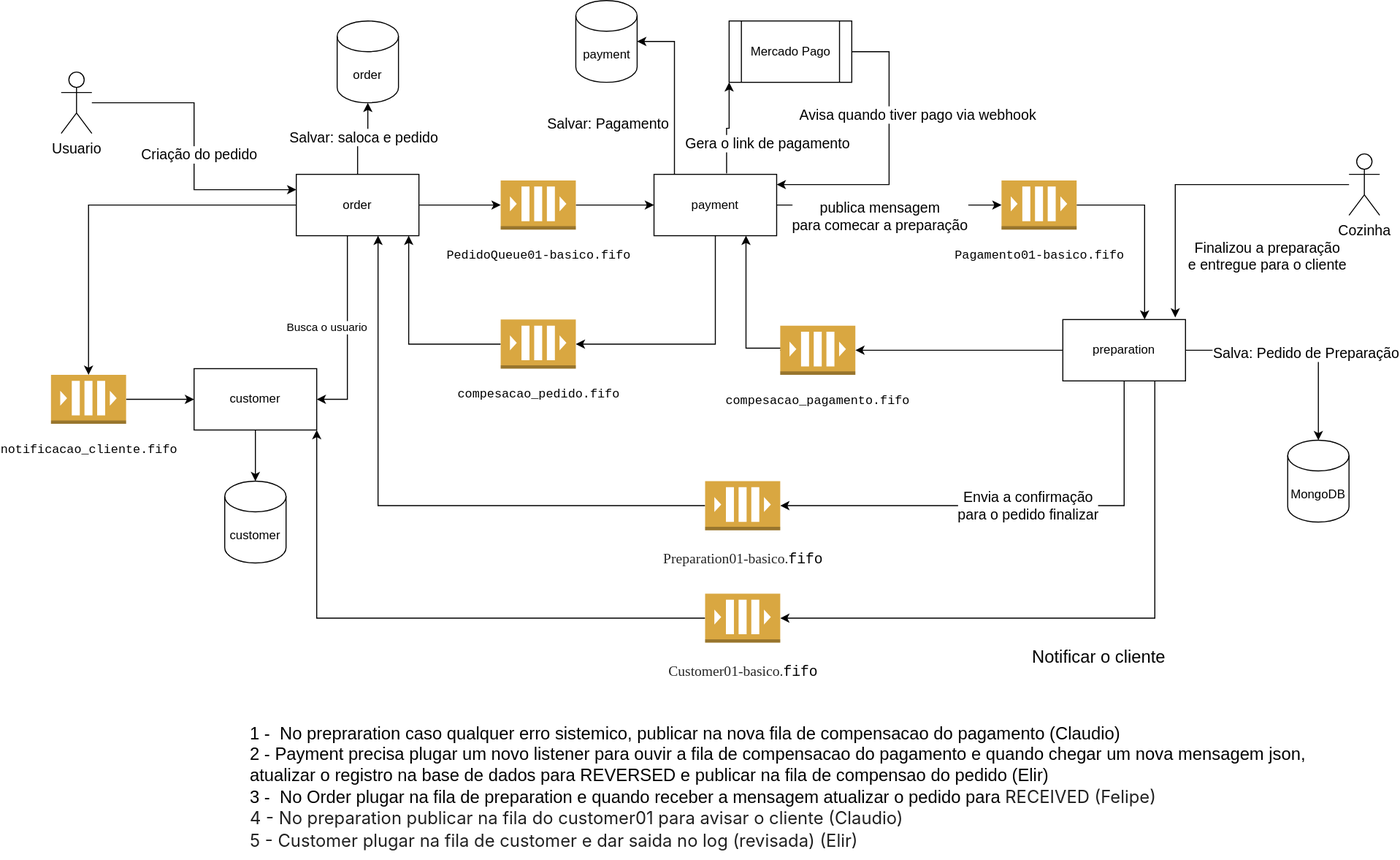
FIAP-SOAT2-2023/tech-challenge-fast-food-system-payment keeps this draw.io diagram as servicos_filas.svg. Above is the earlier version. Source tidied: cells renumbered, new cells last; positions are measured from the earlier drawing's top-left corner, leaving out a move shared by most shapes.
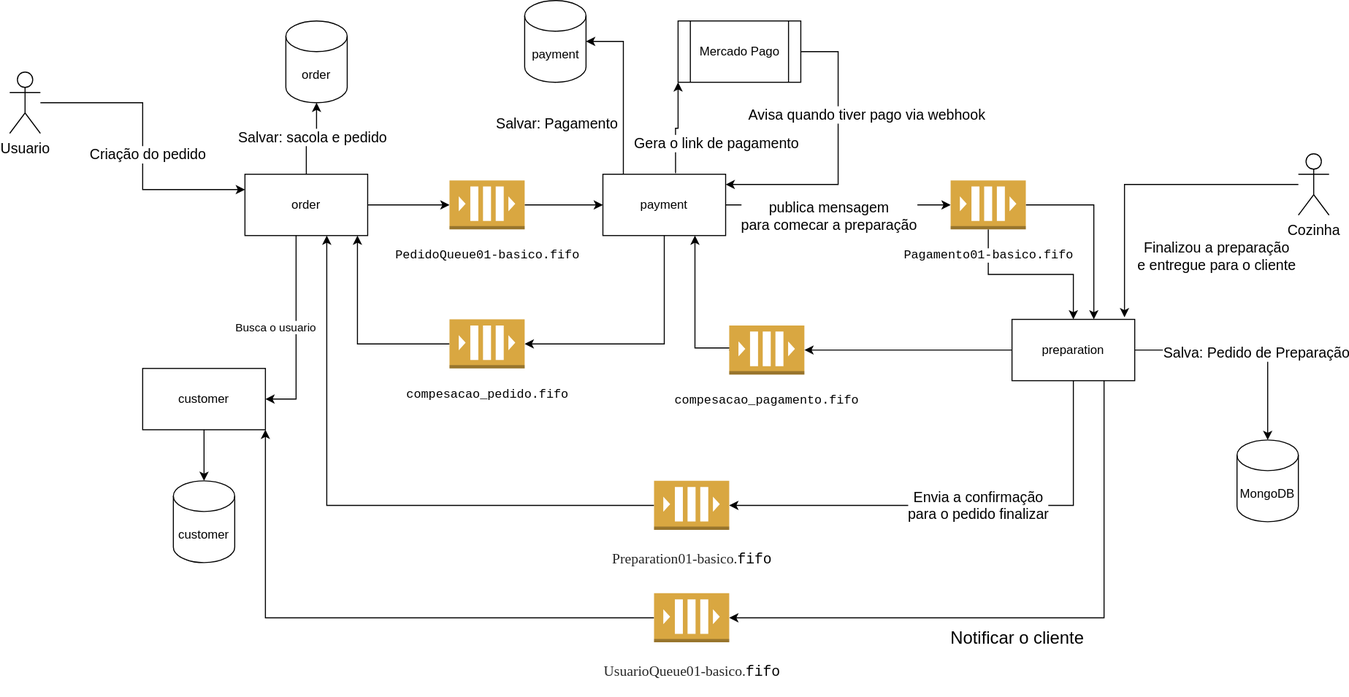
The same diagram one commit later.

Commit message:
diagrama atualizado

The edit, as a diff of the source:
```diff
@@ -8,7 +8,7 @@
     <mxCell id="3" style="edgeStyle=orthogonalEdgeStyle;rounded=0;jettySize=auto;html=1;fontColor=#000000;" parent="1" edge="1" source="7" target="29">
       <mxGeometry relative="1" as="geometry" />
     </mxCell>
-    <mxCell id="4" value="Salvar: saloca e pedido" style="edgeLabel;html=1;align=center;verticalAlign=middle;fontSize=14;" parent="3" vertex="1">
+    <mxCell id="4" value="Salvar: sacola e pedido" style="edgeLabel;html=1;align=center;verticalAlign=middle;fontSize=14;" parent="3" vertex="1">
       <mxGeometry y="2" relative="1" as="geometry" />
     </mxCell>
     <mxCell id="5" value="Busca o usuario" style="edgeStyle=orthogonalEdgeStyle;rounded=0;jettySize=auto;html=1;fontColor=#000000;" parent="1" edge="1" source="7" target="24">
@@ -19,9 +19,6 @@
         </Array>
       </mxGeometry>
     </mxCell>
-    <mxCell id="6" style="edgeStyle=orthogonalEdgeStyle;rounded=0;jettySize=auto;html=1;fontSize=14;" parent="1" edge="1" source="7" target="36">
-      <mxGeometry relative="1" as="geometry" />
-    </mxCell>
     <mxCell id="7" value="order" style="rounded=0;whiteSpace=wrap;html=1;" parent="1" vertex="1">
       <mxGeometry x="240" y="170" width="120" height="60" as="geometry" />
     </mxCell>
@@ -117,6 +114,9 @@
         </Array>
       </mxGeometry>
     </mxCell>
+    <mxCell id="53" style="edgeStyle=orthogonalEdgeStyle;rounded=0;jettySize=auto;html=1;" parent="1" edge="1" source="28" target="22">
+      <mxGeometry relative="1" as="geometry" />
+    </mxCell>
     <mxCell id="28" value="&lt;div style=&quot;background-color: rgb(255, 255, 255);&quot;&gt;&lt;pre style=&quot;font-family: &amp;quot;JetBrains Mono&amp;quot;, monospace;&quot;&gt;Pagamento01-basico.fifo&lt;/pre&gt;&lt;/div&gt;" style="outlineConnect=0;dashed=0;verticalLabelPosition=bottom;verticalAlign=top;align=center;html=1;shape=mxgraph.aws3.queue;fillColor=#D9A741;gradientColor=none;rotation=0;" parent="1" vertex="1">
       <mxGeometry x="930" y="176" width="73.5" height="48" as="geometry" />
     </mxCell>
@@ -150,12 +150,6 @@
         </Array>
       </mxGeometry>
     </mxCell>
-    <mxCell id="35" style="edgeStyle=orthogonalEdgeStyle;rounded=0;jettySize=auto;html=1;fontColor=#000000;" parent="1" edge="1" source="36" target="24">
-      <mxGeometry relative="1" as="geometry" />
-    </mxCell>
-    <mxCell id="36" value="&lt;div style=&quot;background-color: rgb(255, 255, 255);&quot;&gt;&lt;pre style=&quot;font-family: &amp;quot;JetBrains Mono&amp;quot;, monospace;&quot;&gt;notificacao_cliente.fifo&lt;/pre&gt;&lt;/div&gt;" style="outlineConnect=0;dashed=0;verticalLabelPosition=bottom;verticalAlign=top;align=center;html=1;shape=mxgraph.aws3.queue;fillColor=#D9A741;gradientColor=none;" parent="1" vertex="1">
-      <mxGeometry y="366" width="73.5" height="48" as="geometry" />
-    </mxCell>
     <mxCell id="37" value="&lt;div style=&quot;background-color: rgb(255, 255, 255);&quot;&gt;&lt;pre style=&quot;font-family: &amp;quot;JetBrains Mono&amp;quot;, monospace;&quot;&gt;&lt;div style=&quot;&quot;&gt;&lt;pre style=&quot;font-family: &amp;quot;JetBrains Mono&amp;quot;, monospace;&quot;&gt;&lt;div style=&quot;&quot;&gt;&lt;pre style=&quot;font-family: &amp;quot;JetBrains Mono&amp;quot;, monospace;&quot;&gt;compesacao_pagamento.fifo&lt;/pre&gt;&lt;/div&gt;&lt;/pre&gt;&lt;/div&gt;&lt;/pre&gt;&lt;/div&gt;" style="outlineConnect=0;dashed=0;verticalLabelPosition=bottom;verticalAlign=top;align=center;html=1;shape=mxgraph.aws3.queue;fillColor=#D9A741;gradientColor=none;" parent="1" vertex="1">
       <mxGeometry x="713.5" y="318" width="73.5" height="48" as="geometry" />
     </mxCell>
@@ -205,20 +199,17 @@
     <mxCell id="47" value="Cozinha" style="shape=umlActor;verticalLabelPosition=bottom;verticalAlign=top;html=1;outlineConnect=0;fontSize=14;" parent="1" vertex="1">
       <mxGeometry x="1270" y="150" width="30" height="60" as="geometry" />
     </mxCell>
-    <mxCell id="48" value="&lt;font style=&quot;font-size: 17px;&quot;&gt;1 -&amp;nbsp; No prepraration caso qualquer erro sistemico, publicar na nova fila de compensacao do pagamento (Claudio)&lt;br&gt;2 - Payment precisa plugar um novo listener para ouvir a fila de compensacao do pagamento e quando chegar um nova mensagem json, &lt;br&gt;atualizar o registro na base de dados para REVERSED e publicar na fila de compensao do pedido (Elir)&lt;br&gt;3 -&amp;nbsp; No Order plugar na fila de preparation e quando receber a mensagem atualizar o pedido para&amp;nbsp;&lt;span style=&quot;color: rgb(33, 33, 33); font-family: Inter, system-ui, -apple-system, &amp;quot;system-ui&amp;quot;, &amp;quot;Segoe UI&amp;quot;, Roboto, Oxygen, Ubuntu, Cantarell, &amp;quot;Fira Sans&amp;quot;, &amp;quot;Droid Sans&amp;quot;, Helvetica, Arial, sans-serif; background-color: rgb(255, 255, 255);&quot;&gt;RECEIVED (Felipe)&lt;br&gt;4 - No preparation publicar na fila do customer01 para avisar o cliente (Claudio)&lt;br&gt;5 - Customer plugar na fila de customer e dar saida no log (revisada) (Elir)&lt;br&gt;&lt;/span&gt;&lt;/font&gt;" style="text;html=1;align=left;verticalAlign=middle;strokeColor=none;fillColor=none;fontSize=14;" parent="1" vertex="1">
-      <mxGeometry x="193.5" y="700" width="1060" height="140" as="geometry" />
-    </mxCell>
     <mxCell id="49" value="customer" style="shape=cylinder3;whiteSpace=wrap;html=1;boundedLbl=1;backgroundOutline=1;size=15;fontColor=#000000;" parent="1" vertex="1">
       <mxGeometry x="170" y="470" width="60" height="80" as="geometry" />
     </mxCell>
     <mxCell id="50" style="edgeStyle=orthogonalEdgeStyle;rounded=0;jettySize=auto;html=1;entryX=1;entryY=1;entryDx=0;entryDy=0;fontSize=17;" parent="1" edge="1" source="51" target="24">
       <mxGeometry relative="1" as="geometry" />
     </mxCell>
-    <mxCell id="51" value="&lt;div style=&quot;background-color: rgb(255, 255, 255);&quot;&gt;&lt;pre style=&quot;font-family: &amp;quot;JetBrains Mono&amp;quot;, monospace;&quot;&gt;&lt;div style=&quot;&quot;&gt;&lt;pre style=&quot;font-family: &amp;quot;JetBrains Mono&amp;quot;, monospace;&quot;&gt;&lt;div style=&quot;font-size: 14px;&quot;&gt;&lt;pre style=&quot;font-family: &amp;quot;JetBrains Mono&amp;quot;, monospace;&quot;&gt;&lt;span style=&quot;color: rgba(0, 0, 0, 0.85); font-family: &amp;quot;.SF NS&amp;quot;; text-align: start;&quot;&gt;Customer01-basico.&lt;/span&gt;fifo&lt;/pre&gt;&lt;/div&gt;&lt;/pre&gt;&lt;/div&gt;&lt;/pre&gt;&lt;/div&gt;" style="outlineConnect=0;dashed=0;verticalLabelPosition=bottom;verticalAlign=top;align=center;html=1;shape=mxgraph.aws3.queue;fillColor=#D9A741;gradientColor=none;" parent="1" vertex="1">
+    <mxCell id="51" value="&lt;div style=&quot;background-color: rgb(255, 255, 255);&quot;&gt;&lt;pre style=&quot;font-family: &amp;quot;JetBrains Mono&amp;quot;, monospace;&quot;&gt;&lt;div style=&quot;&quot;&gt;&lt;pre style=&quot;font-family: &amp;quot;JetBrains Mono&amp;quot;, monospace;&quot;&gt;&lt;div style=&quot;font-size: 14px;&quot;&gt;&lt;pre style=&quot;font-family: &amp;quot;JetBrains Mono&amp;quot;, monospace;&quot;&gt;&lt;span style=&quot;color: rgba(0, 0, 0, 0.85); font-family: &amp;quot;.SF NS&amp;quot;; text-align: start;&quot;&gt;UsuarioQueue01-basico.&lt;/span&gt;fifo&lt;/pre&gt;&lt;/div&gt;&lt;/pre&gt;&lt;/div&gt;&lt;/pre&gt;&lt;/div&gt;" style="outlineConnect=0;dashed=0;verticalLabelPosition=bottom;verticalAlign=top;align=center;html=1;shape=mxgraph.aws3.queue;fillColor=#D9A741;gradientColor=none;" parent="1" vertex="1">
       <mxGeometry x="640" y="580" width="73.5" height="48" as="geometry" />
     </mxCell>
     <mxCell id="52" value="Notificar o cliente" style="text;html=1;align=center;verticalAlign=middle;fillColor=none;strokeColor=none;rounded=0;fontSize=17;" parent="1" vertex="1">
-      <mxGeometry x="950" y="628" width="150" height="30" as="geometry" />
+      <mxGeometry x="920" y="610" width="150" height="30" as="geometry" />
     </mxCell>
   </root>
 </mxGraphModel>
```
